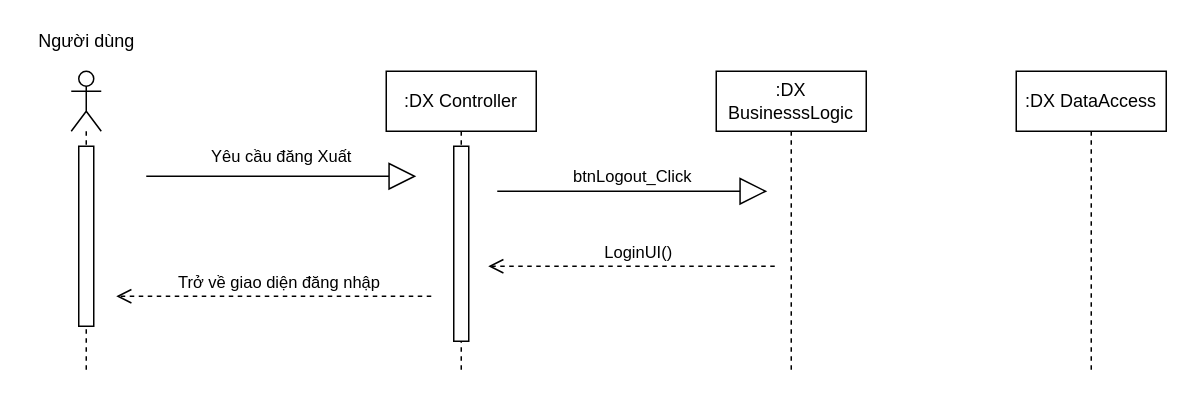
haihak/haihak keeps this draw.io diagram as U14 New.drawio. Above is the earlier version. Source tidied: cells renumbered, new cells numbered last; positions are measured from the earlier drawing's top-left corner, leaving out a move shared by most shapes. Both pictures are drawn from the tidied source at 150%, with x=0, y=0 at pixel (26, 26).
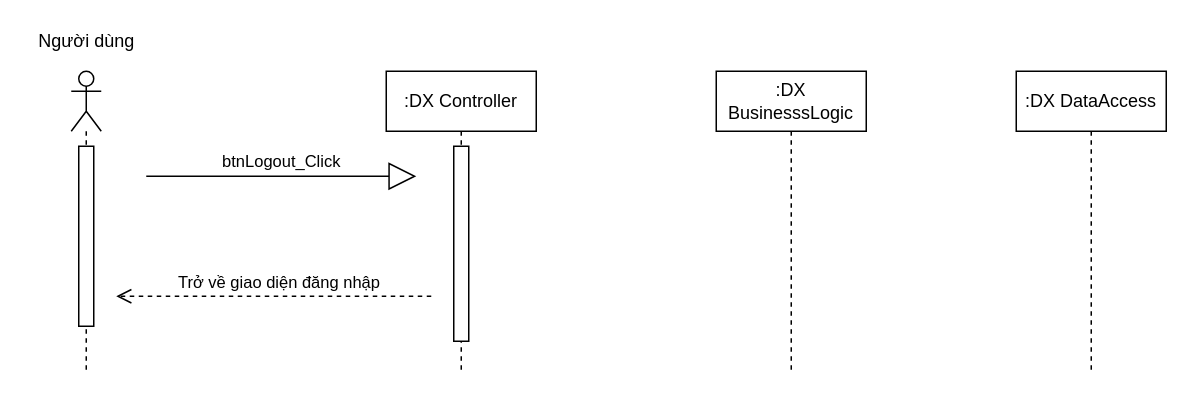
The same page after the edit.

What changed in the source:
```diff
@@
 <mxGraphModel>
   <root>
     <mxCell id="0" />
     <mxCell id="1" parent="0" />
     <mxCell id="2" style="shape=umlLifeline;participant=umlActor;perimeter=lifelinePerimeter;whiteSpace=wrap;html=1;verticalAlign=top;spacingTop=36;" parent="1" vertex="1">
       <mxGeometry x="30" y="30" width="20" height="200" as="geometry" />
     </mxCell>
     <mxCell id="3" style="html=1;perimeter=orthogonalPerimeter;" parent="2" vertex="1">
       <mxGeometry x="5" y="50" width="10" height="120" as="geometry" />
     </mxCell>
     <mxCell id="4" value=":DX Controller" style="shape=umlLifeline;perimeter=lifelinePerimeter;whiteSpace=wrap;html=1;" parent="1" vertex="1">
       <mxGeometry x="240" y="30" width="100" height="200" as="geometry" />
     </mxCell>
     <mxCell id="5" style="html=1;perimeter=orthogonalPerimeter;" parent="4" vertex="1">
       <mxGeometry x="45" y="50" width="10" height="130" as="geometry" />
     </mxCell>
     <mxCell id="6" value=":DX BusinesssLogic" style="shape=umlLifeline;perimeter=lifelinePerimeter;whiteSpace=wrap;html=1;" parent="1" vertex="1">
       <mxGeometry x="460" y="30" width="100" height="200" as="geometry" />
     </mxCell>
     <mxCell id="7" value=":DX DataAccess" style="shape=umlLifeline;perimeter=lifelinePerimeter;whiteSpace=wrap;html=1;" parent="1" vertex="1">
       <mxGeometry x="660" y="30" width="100" height="200" as="geometry" />
     </mxCell>
-    <mxCell id="8" value="&lt;br&gt;Yêu cầu đăng Xuất" style="endArrow=block;endSize=16;endFill=0;html=1;rounded=0;edgeStyle=orthogonalEdgeStyle;" parent="1" edge="1">
-      <mxGeometry y="20" relative="1" as="geometry">
+    <mxCell id="8" value="btnLogout_Click" style="endArrow=block;endSize=16;endFill=0;html=1;rounded=0;edgeStyle=orthogonalEdgeStyle;" parent="1" edge="1">
+      <mxGeometry y="10" relative="1" as="geometry">
         <mxPoint x="80" y="100" as="sourcePoint" />
         <mxPoint x="260" y="100" as="targetPoint" />
       </mxGeometry>
     </mxCell>
     <mxCell id="9" value="Trở về giao diện đăng nhập&amp;nbsp;" style="html=1;verticalAlign=bottom;endArrow=open;dashed=1;endSize=8;rounded=0;edgeStyle=orthogonalEdgeStyle;" parent="1" edge="1">
       <mxGeometry x="-0.05" relative="1" as="geometry">
         <mxPoint x="270" y="180" as="sourcePoint" />
         <mxPoint x="60" y="180" as="targetPoint" />
       </mxGeometry>
     </mxCell>
     <mxCell id="10" value="Người dùng" style="text;html=1;align=center;verticalAlign=middle;strokeColor=none;fillColor=none;" parent="1" vertex="1">
       <mxGeometry width="80" height="20" as="geometry" />
     </mxCell>
-    <mxCell id="11" value="btnLogout_Click" style="endArrow=block;endSize=16;endFill=0;html=1;rounded=0;edgeStyle=orthogonalEdgeStyle;" parent="1" edge="1">
-      <mxGeometry y="10" relative="1" as="geometry">
-        <mxPoint x="314" y="110" as="sourcePoint" />
-        <mxPoint x="494" y="110" as="targetPoint" />
-      </mxGeometry>
-    </mxCell>
-    <mxCell id="12" value="LoginUI()" style="html=1;verticalAlign=bottom;endArrow=open;dashed=1;endSize=8;rounded=0;edgeStyle=orthogonalEdgeStyle;" parent="1" edge="1">
-      <mxGeometry x="-0.05" relative="1" as="geometry">
-        <mxPoint x="499" y="160" as="sourcePoint" />
-        <mxPoint x="308" y="160" as="targetPoint" />
-      </mxGeometry>
-    </mxCell>
   </root>
 </mxGraphModel>
```
